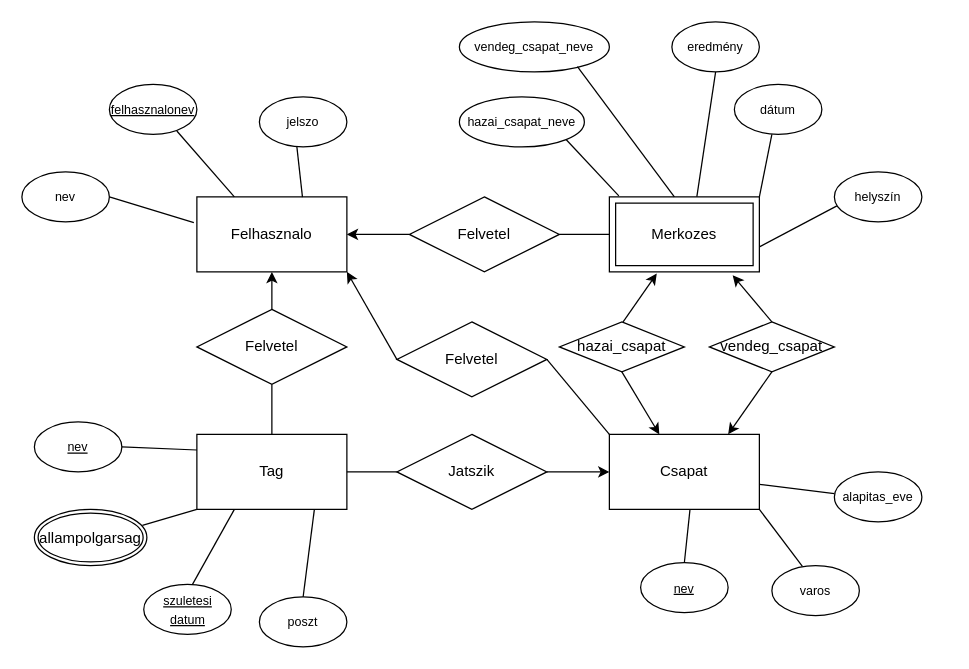
This is E-K.drawio from dsdsgege/Database-project, a draw.io file, before an edit. Source tidied: cells renumbered, new cells numbered last; positions are measured from the earlier drawing's top-left corner, leaving out a move shared by most shapes. Both pictures are drawn from the tidied source at 125%, with x=0, y=0 at pixel (21, 21).
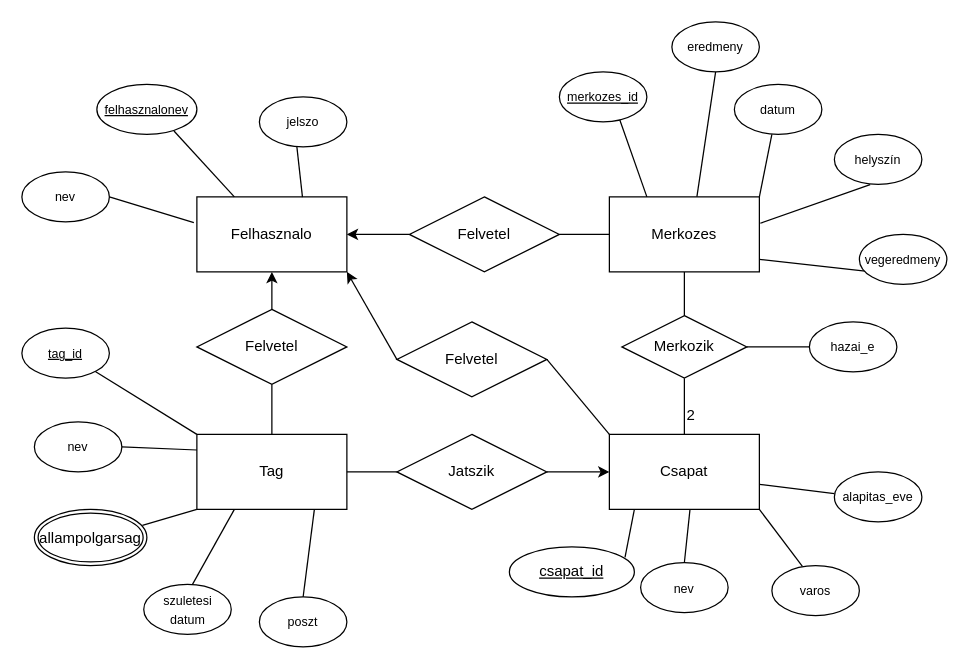
The same diagram, later.

Unchanged cells that the change refers to:
```xml
<mxCell id="2" value="Csapat" style="rounded=0;whiteSpace=wrap;html=1;" parent="1" vertex="1">
  <mxGeometry x="470" y="330" width="120" height="60" as="geometry" />
</mxCell>
<mxCell id="4" value="Tag" style="rounded=0;whiteSpace=wrap;html=1;" parent="1" vertex="1">
  <mxGeometry x="140" y="330" width="120" height="60" as="geometry" />
</mxCell>
```

Change to the diagram source:
```diff
@@
     <mxCell id="16" value="&lt;font style=&quot;font-size: 10px;&quot;&gt;&lt;u&gt;felhasznalonev&lt;/u&gt;&lt;/font&gt;" style="ellipse;whiteSpace=wrap;html=1;" parent="1" vertex="1">
-      <mxGeometry x="70" y="50" width="70" height="40" as="geometry" />
+      <mxGeometry x="60" y="50" width="80" height="40" as="geometry" />
     </mxCell>
@@
-    <mxCell id="22" value="&lt;font style=&quot;font-size: 10px;&quot;&gt;&lt;u&gt;nev&lt;/u&gt;&lt;/font&gt;" style="ellipse;whiteSpace=wrap;html=1;" parent="1" vertex="1">
+    <mxCell id="22" value="&lt;font style=&quot;font-size: 10px;&quot;&gt;nev&lt;/font&gt;" style="ellipse;whiteSpace=wrap;html=1;" parent="1" vertex="1">
       <mxGeometry x="10" y="320" width="70" height="40" as="geometry" />
     </mxCell>
-    <mxCell id="23" value="&lt;font style=&quot;font-size: 10px;&quot;&gt;&lt;u&gt;szuletesi&lt;br&gt;datum&lt;/u&gt;&lt;/font&gt;" style="ellipse;whiteSpace=wrap;html=1;" parent="1" vertex="1">
+    <mxCell id="23" value="&lt;span style=&quot;font-size: 10px;&quot;&gt;szuletesi datum&lt;/span&gt;" style="ellipse;whiteSpace=wrap;html=1;" parent="1" vertex="1">
       <mxGeometry x="97.5" y="450" width="70" height="40" as="geometry" />
     </mxCell>
@@
-    <mxCell id="29" value="&lt;font style=&quot;font-size: 10px;&quot;&gt;&lt;u&gt;nev&lt;/u&gt;&lt;/font&gt;" style="ellipse;whiteSpace=wrap;html=1;" parent="1" vertex="1">
+    <mxCell id="29" value="&lt;font style=&quot;font-size: 10px;&quot;&gt;nev&lt;/font&gt;" style="ellipse;whiteSpace=wrap;html=1;" parent="1" vertex="1">
       <mxGeometry x="495" y="432.5" width="70" height="40" as="geometry" />
     </mxCell>
@@
-    <mxCell id="35" value="&lt;span style=&quot;font-size: 10px;&quot;&gt;eredmény&lt;/span&gt;" style="ellipse;whiteSpace=wrap;html=1;" parent="1" vertex="1">
+    <mxCell id="35" value="&lt;span style=&quot;font-size: 10px;&quot;&gt;eredmeny&lt;/span&gt;" style="ellipse;whiteSpace=wrap;html=1;" parent="1" vertex="1">
       <mxGeometry x="520" width="70" height="40" as="geometry" />
     </mxCell>
-    <mxCell id="36" value="&lt;span style=&quot;font-size: 10px;&quot;&gt;dátum&lt;/span&gt;" style="ellipse;whiteSpace=wrap;html=1;" parent="1" vertex="1">
+    <mxCell id="36" value="&lt;span style=&quot;font-size: 10px;&quot;&gt;datum&lt;/span&gt;" style="ellipse;whiteSpace=wrap;html=1;" parent="1" vertex="1">
       <mxGeometry x="570" y="50" width="70" height="40" as="geometry" />
     </mxCell>
     <mxCell id="37" value="&lt;span style=&quot;font-size: 10px;&quot;&gt;helyszín&lt;/span&gt;" style="ellipse;whiteSpace=wrap;html=1;" parent="1" vertex="1">
-      <mxGeometry x="650" y="120" width="70" height="40" as="geometry" />
+      <mxGeometry x="650" y="90" width="70" height="40" as="geometry" />
     </mxCell>
-    <mxCell id="38" style="endArrow=none;html=1;rounded=0;exitX=0.583;exitY=0;exitDx=0;exitDy=0;exitPerimeter=0;entryX=0.5;entryY=1;entryDx=0;entryDy=0;" parent="1" edge="1" source="42" target="35">
-      <mxGeometry relative="1" as="geometry" />
+    <mxCell id="38" style="endArrow=none;html=1;rounded=0;exitX=0.583;exitY=0;exitDx=0;exitDy=0;exitPerimeter=0;entryX=0.5;entryY=1;entryDx=0;entryDy=0;" parent="1" edge="1" target="35">
+      <mxGeometry relative="1" as="geometry">
+        <mxPoint x="540" y="140" as="sourcePoint" />
+      </mxGeometry>
     </mxCell>
@@
-    <mxCell id="40" style="endArrow=none;html=1;rounded=0;exitX=1;exitY=0;exitDx=0;exitDy=0;entryX=0.029;entryY=0.679;entryDx=0;entryDy=0;entryPerimeter=0;" parent="1" edge="1" target="37">
-      <mxGeometry relative="1" as="geometry">
-        <mxPoint x="590" y="180" as="sourcePoint" />
-      </mxGeometry>
+    <mxCell id="40" style="endArrow=none;html=1;rounded=0;exitX=1.006;exitY=0.352;exitDx=0;exitDy=0;entryX=0.409;entryY=1.004;entryDx=0;entryDy=0;entryPerimeter=0;exitPerimeter=0;" parent="1" edge="1" source="42" target="37">
+      <mxGeometry relative="1" as="geometry" />
     </mxCell>
@@
-    <mxCell id="42" value="Merkozes" style="shape=ext;margin=3;double=1;whiteSpace=wrap;html=1;align=center;" parent="1" vertex="1">
-      <mxGeometry x="470" y="140" width="120" height="60" as="geometry" />
-    </mxCell>
@@
-    <mxCell id="44" value="hazai_csapat" style="rhombus;whiteSpace=wrap;html=1;" parent="1" vertex="1">
-      <mxGeometry x="430" y="240" width="100" height="40" as="geometry" />
+    <mxCell id="44" value="Merkozik" style="rhombus;whiteSpace=wrap;html=1;" parent="1" vertex="1">
+      <mxGeometry x="480" y="235" width="100" height="50" as="geometry" />
     </mxCell>
-    <mxCell id="45" value="vendeg_csapat" style="rhombus;whiteSpace=wrap;html=1;" parent="1" vertex="1">
-      <mxGeometry x="550" y="240" width="100" height="40" as="geometry" />
-    </mxCell>
-    <mxCell id="46" style="endArrow=classic;html=1;rounded=0;exitX=0.5;exitY=0;exitDx=0;exitDy=0;entryX=0.822;entryY=1.045;entryDx=0;entryDy=0;entryPerimeter=0;" parent="1" edge="1" source="45" target="42">
-      <mxGeometry relative="1" as="geometry" />
-    </mxCell>
-    <mxCell id="47" style="endArrow=classic;html=1;rounded=0;exitX=0.5;exitY=1;exitDx=0;exitDy=0;" parent="1" edge="1" source="45">
-      <mxGeometry relative="1" as="geometry">
-        <mxPoint x="565" y="330" as="targetPoint" />
-      </mxGeometry>
-    </mxCell>
-    <mxCell id="48" style="endArrow=classic;html=1;rounded=0;exitX=0.5;exitY=0;exitDx=0;exitDy=0;entryX=0.316;entryY=1.022;entryDx=0;entryDy=0;entryPerimeter=0;" parent="1" edge="1" target="42">
-      <mxGeometry relative="1" as="geometry">
-        <mxPoint x="481" y="240" as="sourcePoint" />
-      </mxGeometry>
-    </mxCell>
-    <mxCell id="49" style="endArrow=classic;html=1;rounded=0;exitX=0.5;exitY=1;exitDx=0;exitDy=0;entryX=0.333;entryY=0;entryDx=0;entryDy=0;entryPerimeter=0;" parent="1" edge="1" source="44" target="2">
-      <mxGeometry relative="1" as="geometry" />
-    </mxCell>
-    <mxCell id="50" value="&lt;span style=&quot;font-size: 10px;&quot;&gt;hazai_csapat_neve&lt;/span&gt;" style="ellipse;whiteSpace=wrap;html=1;" parent="1" vertex="1">
-      <mxGeometry x="350" y="60" width="100" height="40" as="geometry" />
-    </mxCell>
-    <mxCell id="51" value="&lt;span style=&quot;font-size: 10px;&quot;&gt;vendeg_csapat_neve&lt;/span&gt;" style="ellipse;whiteSpace=wrap;html=1;" parent="1" vertex="1">
-      <mxGeometry x="350" width="120" height="40" as="geometry" />
-    </mxCell>
-    <mxCell id="52" style="endArrow=none;html=1;rounded=0;entryX=0.787;entryY=0.895;entryDx=0;entryDy=0;entryPerimeter=0;" parent="1" edge="1" target="51">
-      <mxGeometry relative="1" as="geometry">
-        <mxPoint x="522" y="140" as="sourcePoint" />
-      </mxGeometry>
-    </mxCell>
-    <mxCell id="53" style="endArrow=none;html=1;rounded=0;entryX=1;entryY=1;entryDx=0;entryDy=0;exitX=0.063;exitY=-0.013;exitDx=0;exitDy=0;exitPerimeter=0;" parent="1" edge="1" source="42" target="50">
-      <mxGeometry relative="1" as="geometry" />
-    </mxCell>
+    <mxCell id="54" value="&lt;u&gt;csapat_id&lt;/u&gt;" style="ellipse;whiteSpace=wrap;html=1;align=center;" parent="1" vertex="1">
+      <mxGeometry x="390" y="420" width="100" height="40" as="geometry" />
+    </mxCell>
+    <mxCell id="55" style="endArrow=none;html=1;rounded=0;exitX=0.925;exitY=0.208;exitDx=0;exitDy=0;exitPerimeter=0;" parent="1" edge="1" source="54">
+      <mxGeometry relative="1" as="geometry">
+        <mxPoint x="490" y="390" as="targetPoint" />
+      </mxGeometry>
+    </mxCell>
+    <mxCell id="42" value="Merkozes" style="rounded=0;whiteSpace=wrap;html=1;" parent="1" vertex="1">
+      <mxGeometry x="470" y="140" width="120" height="60" as="geometry" />
+    </mxCell>
+    <mxCell id="56" value="&lt;span style=&quot;font-size: 10px;&quot;&gt;&lt;u&gt;merkozes_id&lt;/u&gt;&lt;/span&gt;" style="ellipse;whiteSpace=wrap;html=1;" parent="1" vertex="1">
+      <mxGeometry x="430" y="40" width="70" height="40" as="geometry" />
+    </mxCell>
+    <mxCell id="57" style="endArrow=none;html=1;rounded=0;exitX=0.25;exitY=0;exitDx=0;exitDy=0;entryX=0.69;entryY=0.958;entryDx=0;entryDy=0;entryPerimeter=0;" parent="1" edge="1" source="42" target="56">
+      <mxGeometry relative="1" as="geometry" />
+    </mxCell>
+    <mxCell id="58" style="endArrow=none;html=1;rounded=0;" parent="1" edge="1">
+      <mxGeometry relative="1" as="geometry">
+        <mxPoint x="530" y="285" as="sourcePoint" />
+        <mxPoint x="530" y="285" as="targetPoint" />
+        <Array as="points">
+          <mxPoint x="530" y="330" />
+        </Array>
+      </mxGeometry>
+    </mxCell>
+    <mxCell id="59" style="endArrow=none;html=1;rounded=0;entryX=0.5;entryY=1;entryDx=0;entryDy=0;exitX=0.5;exitY=0;exitDx=0;exitDy=0;" parent="1" edge="1" source="44" target="42">
+      <mxGeometry relative="1" as="geometry">
+        <Array as="points">
+          <mxPoint x="530" y="230" />
+        </Array>
+      </mxGeometry>
+    </mxCell>
+    <mxCell id="60" value="&lt;span style=&quot;font-size: 10px;&quot;&gt;&lt;u&gt;tag_id&lt;/u&gt;&lt;/span&gt;" style="ellipse;whiteSpace=wrap;html=1;" parent="1" vertex="1">
+      <mxGeometry y="245" width="70" height="40" as="geometry" />
+    </mxCell>
+    <mxCell id="61" style="endArrow=none;html=1;rounded=0;entryX=0;entryY=0;entryDx=0;entryDy=0;" parent="1" edge="1" source="60" target="4">
+      <mxGeometry relative="1" as="geometry" />
+    </mxCell>
+    <mxCell id="62" value="2" style="text;html=1;align=center;verticalAlign=middle;strokeColor=none;fillColor=none;" parent="1" vertex="1">
+      <mxGeometry x="520" y="300" width="30" height="30" as="geometry" />
+    </mxCell>
+    <mxCell id="63" style="endArrow=none;html=1;rounded=0;" parent="1" edge="1">
+      <mxGeometry relative="1" as="geometry">
+        <mxPoint x="580" y="260" as="sourcePoint" />
+        <mxPoint x="630" y="260" as="targetPoint" />
+      </mxGeometry>
+    </mxCell>
+    <mxCell id="64" value="&lt;span style=&quot;font-size: 10px;&quot;&gt;hazai_e&lt;/span&gt;" style="ellipse;whiteSpace=wrap;html=1;" parent="1" vertex="1">
+      <mxGeometry x="630" y="240" width="70" height="40" as="geometry" />
+    </mxCell>
+    <mxCell id="65" style="endArrow=none;html=1;rounded=0;exitX=1;exitY=0;exitDx=0;exitDy=0;" parent="1" edge="1">
+      <mxGeometry relative="1" as="geometry">
+        <mxPoint x="590" y="190" as="sourcePoint" />
+        <mxPoint x="680" y="200" as="targetPoint" />
+      </mxGeometry>
+    </mxCell>
+    <mxCell id="66" value="&lt;span style=&quot;font-size: 10px;&quot;&gt;vegeredmeny&lt;/span&gt;" style="ellipse;whiteSpace=wrap;html=1;" parent="1" vertex="1">
+      <mxGeometry x="670" y="170" width="70" height="40" as="geometry" />
+    </mxCell>
```
